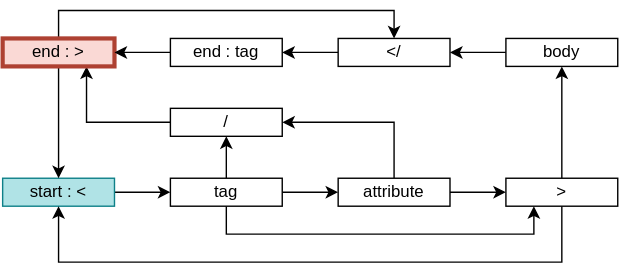
Earlier version of the draw.io export xml-DFA-UML.svg (kanthonye/my-projects). Source tidied: cells renumbered, new cells last; positions are measured from the earlier drawing's top-left corner, leaving out a move shared by most shapes.
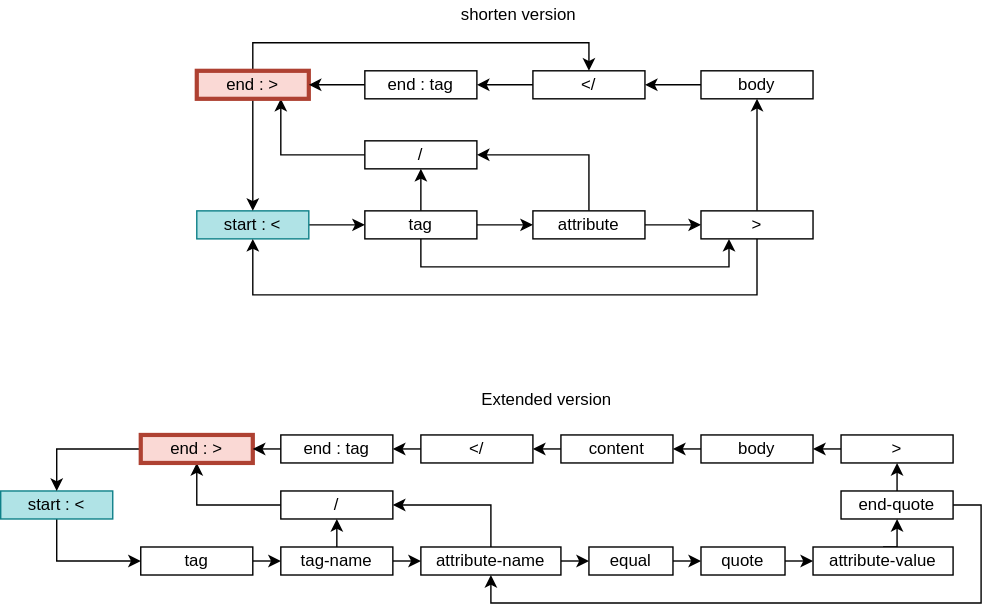
After the commit.

Change to the diagram source:
```diff
@@ -76,5 +76,110 @@
     <mxCell id="24" value="end : tag" style="rounded=0;whiteSpace=wrap;html=1;" parent="1" vertex="1">
       <mxGeometry x="120" width="80" height="20" as="geometry" />
     </mxCell>
+    <mxCell id="25" style="edgeStyle=orthogonalEdgeStyle;rounded=0;jettySize=auto;html=1;exitX=1;exitY=0.5;exitDx=0;exitDy=0;entryX=0;entryY=0.5;entryDx=0;entryDy=0;startArrow=none;startFill=0;" parent="1" edge="1" source="27" target="29">
+      <mxGeometry relative="1" as="geometry" />
+    </mxCell>
+    <mxCell id="26" style="edgeStyle=orthogonalEdgeStyle;rounded=0;jettySize=auto;html=1;exitX=0.5;exitY=0;exitDx=0;exitDy=0;entryX=1;entryY=0.5;entryDx=0;entryDy=0;startArrow=none;startFill=0;" parent="1" edge="1" source="27" target="44">
+      <mxGeometry relative="1" as="geometry" />
+    </mxCell>
+    <mxCell id="27" value="attribute-name" style="rounded=0;whiteSpace=wrap;html=1;" parent="1" vertex="1">
+      <mxGeometry x="160" y="340" width="100" height="20" as="geometry" />
+    </mxCell>
+    <mxCell id="28" style="edgeStyle=orthogonalEdgeStyle;rounded=0;jettySize=auto;html=1;exitX=1;exitY=0.5;exitDx=0;exitDy=0;entryX=0;entryY=0.5;entryDx=0;entryDy=0;startArrow=none;startFill=0;" parent="1" edge="1" source="29" target="31">
+      <mxGeometry relative="1" as="geometry" />
+    </mxCell>
+    <mxCell id="29" value="equal" style="rounded=0;whiteSpace=wrap;html=1;" parent="1" vertex="1">
+      <mxGeometry x="280" y="340" width="60" height="20" as="geometry" />
+    </mxCell>
+    <mxCell id="30" style="edgeStyle=orthogonalEdgeStyle;rounded=0;jettySize=auto;html=1;exitX=1;exitY=0.5;exitDx=0;exitDy=0;entryX=0;entryY=0.5;entryDx=0;entryDy=0;startArrow=none;startFill=0;" parent="1" edge="1" source="31" target="36">
+      <mxGeometry relative="1" as="geometry" />
+    </mxCell>
+    <mxCell id="31" value="quote" style="rounded=0;whiteSpace=wrap;html=1;" parent="1" vertex="1">
+      <mxGeometry x="360" y="340" width="60" height="20" as="geometry" />
+    </mxCell>
+    <mxCell id="32" style="edgeStyle=orthogonalEdgeStyle;rounded=0;jettySize=auto;html=1;exitX=1;exitY=0.5;exitDx=0;exitDy=0;entryX=0.5;entryY=1;entryDx=0;entryDy=0;startArrow=none;startFill=0;" parent="1" edge="1" source="34" target="27">
+      <mxGeometry relative="1" as="geometry" />
+    </mxCell>
+    <mxCell id="33" style="edgeStyle=orthogonalEdgeStyle;rounded=0;jettySize=auto;html=1;exitX=0.5;exitY=0;exitDx=0;exitDy=0;entryX=0.5;entryY=1;entryDx=0;entryDy=0;startArrow=none;startFill=0;" parent="1" edge="1" source="34" target="38">
+      <mxGeometry relative="1" as="geometry" />
+    </mxCell>
+    <mxCell id="34" value="end-quote" style="rounded=0;whiteSpace=wrap;html=1;" parent="1" vertex="1">
+      <mxGeometry x="460" y="300" width="80" height="20" as="geometry" />
+    </mxCell>
+    <mxCell id="35" style="edgeStyle=orthogonalEdgeStyle;rounded=0;jettySize=auto;html=1;exitX=0.5;exitY=0;exitDx=0;exitDy=0;entryX=0.5;entryY=1;entryDx=0;entryDy=0;startArrow=none;startFill=0;" parent="1" edge="1" source="36" target="34">
+      <mxGeometry relative="1" as="geometry" />
+    </mxCell>
+    <mxCell id="36" value="attribute-value" style="rounded=0;whiteSpace=wrap;html=1;" parent="1" vertex="1">
+      <mxGeometry x="440" y="340" width="100" height="20" as="geometry" />
+    </mxCell>
+    <mxCell id="37" style="edgeStyle=orthogonalEdgeStyle;rounded=0;jettySize=auto;html=1;exitX=0;exitY=0.5;exitDx=0;exitDy=0;entryX=1;entryY=0.5;entryDx=0;entryDy=0;startArrow=none;startFill=0;" parent="1" edge="1" source="38" target="54">
+      <mxGeometry relative="1" as="geometry" />
+    </mxCell>
+    <mxCell id="38" value="&amp;gt;" style="rounded=0;whiteSpace=wrap;html=1;" parent="1" vertex="1">
+      <mxGeometry x="460" y="260" width="80" height="20" as="geometry" />
+    </mxCell>
+    <mxCell id="39" style="edgeStyle=orthogonalEdgeStyle;rounded=0;jettySize=auto;html=1;exitX=1;exitY=0.5;exitDx=0;exitDy=0;entryX=0;entryY=0.5;entryDx=0;entryDy=0;startArrow=none;startFill=0;" parent="1" edge="1" source="40" target="57">
+      <mxGeometry relative="1" as="geometry" />
+    </mxCell>
+    <mxCell id="40" value="tag" style="rounded=0;whiteSpace=wrap;html=1;" parent="1" vertex="1">
+      <mxGeometry x="-40" y="340" width="80" height="20" as="geometry" />
+    </mxCell>
+    <mxCell id="41" style="edgeStyle=orthogonalEdgeStyle;rounded=0;jettySize=auto;html=1;exitX=0.5;exitY=1;exitDx=0;exitDy=0;entryX=0;entryY=0.5;entryDx=0;entryDy=0;startArrow=none;startFill=0;" parent="1" edge="1" source="42" target="40">
+      <mxGeometry relative="1" as="geometry" />
+    </mxCell>
+    <mxCell id="42" value="start : &amp;lt;" style="rounded=0;whiteSpace=wrap;html=1;fillColor=#b0e3e6;strokeColor=#0e8088;" parent="1" vertex="1">
+      <mxGeometry x="-140" y="300" width="80" height="20" as="geometry" />
+    </mxCell>
+    <mxCell id="43" style="edgeStyle=orthogonalEdgeStyle;rounded=0;jettySize=auto;html=1;exitX=0;exitY=0.5;exitDx=0;exitDy=0;entryX=0.5;entryY=1;entryDx=0;entryDy=0;startArrow=none;startFill=0;" parent="1" edge="1" source="44" target="46">
+      <mxGeometry relative="1" as="geometry" />
+    </mxCell>
+    <mxCell id="44" value="/" style="rounded=0;whiteSpace=wrap;html=1;" parent="1" vertex="1">
+      <mxGeometry x="60" y="300" width="80" height="20" as="geometry" />
+    </mxCell>
+    <mxCell id="45" style="edgeStyle=orthogonalEdgeStyle;rounded=0;jettySize=auto;html=1;exitX=0;exitY=0.5;exitDx=0;exitDy=0;entryX=0.5;entryY=0;entryDx=0;entryDy=0;startArrow=none;startFill=0;" parent="1" edge="1" source="46" target="42">
+      <mxGeometry relative="1" as="geometry" />
+    </mxCell>
+    <mxCell id="46" value="end : &amp;gt;" style="rounded=0;whiteSpace=wrap;html=1;fillColor=#fad9d5;strokeColor=#ae4132;sketch=0;strokeWidth=3;" parent="1" vertex="1">
+      <mxGeometry x="-40" y="260" width="80" height="20" as="geometry" />
+    </mxCell>
+    <mxCell id="47" style="edgeStyle=orthogonalEdgeStyle;rounded=0;jettySize=auto;html=1;exitX=0;exitY=0.5;exitDx=0;exitDy=0;entryX=1;entryY=0.5;entryDx=0;entryDy=0;startArrow=none;startFill=0;" parent="1" edge="1" source="48" target="50">
+      <mxGeometry relative="1" as="geometry" />
+    </mxCell>
+    <mxCell id="48" value="content" style="rounded=0;whiteSpace=wrap;html=1;" parent="1" vertex="1">
+      <mxGeometry x="260" y="260" width="80" height="20" as="geometry" />
+    </mxCell>
+    <mxCell id="49" style="edgeStyle=orthogonalEdgeStyle;rounded=0;jettySize=auto;html=1;exitX=0;exitY=0.5;exitDx=0;exitDy=0;entryX=1;entryY=0.5;entryDx=0;entryDy=0;startArrow=none;startFill=0;" parent="1" edge="1" source="50" target="52">
+      <mxGeometry relative="1" as="geometry" />
+    </mxCell>
+    <mxCell id="50" value="&amp;lt;/" style="rounded=0;whiteSpace=wrap;html=1;" parent="1" vertex="1">
+      <mxGeometry x="160" y="260" width="80" height="20" as="geometry" />
+    </mxCell>
+    <mxCell id="51" style="edgeStyle=orthogonalEdgeStyle;rounded=0;jettySize=auto;html=1;exitX=0;exitY=0.5;exitDx=0;exitDy=0;entryX=1;entryY=0.5;entryDx=0;entryDy=0;startArrow=none;startFill=0;" parent="1" edge="1" source="52" target="46">
+      <mxGeometry relative="1" as="geometry" />
+    </mxCell>
+    <mxCell id="52" value="end : tag" style="rounded=0;whiteSpace=wrap;html=1;" parent="1" vertex="1">
+      <mxGeometry x="60" y="260" width="80" height="20" as="geometry" />
+    </mxCell>
+    <mxCell id="53" style="edgeStyle=orthogonalEdgeStyle;rounded=0;jettySize=auto;html=1;exitX=0;exitY=0.5;exitDx=0;exitDy=0;entryX=1;entryY=0.5;entryDx=0;entryDy=0;startArrow=none;startFill=0;" parent="1" edge="1" source="54" target="48">
+      <mxGeometry relative="1" as="geometry" />
+    </mxCell>
+    <mxCell id="54" value="body" style="rounded=0;whiteSpace=wrap;html=1;" parent="1" vertex="1">
+      <mxGeometry x="360" y="260" width="80" height="20" as="geometry" />
+    </mxCell>
+    <mxCell id="55" style="edgeStyle=orthogonalEdgeStyle;rounded=0;jettySize=auto;html=1;exitX=1;exitY=0.5;exitDx=0;exitDy=0;entryX=0;entryY=0.5;entryDx=0;entryDy=0;startArrow=none;startFill=0;" parent="1" edge="1" source="57" target="27">
+      <mxGeometry relative="1" as="geometry" />
+    </mxCell>
+    <mxCell id="56" style="edgeStyle=orthogonalEdgeStyle;rounded=0;jettySize=auto;html=1;exitX=0.5;exitY=0;exitDx=0;exitDy=0;entryX=0.5;entryY=1;entryDx=0;entryDy=0;startArrow=none;startFill=0;" parent="1" edge="1" source="57" target="44">
+      <mxGeometry relative="1" as="geometry" />
+    </mxCell>
+    <mxCell id="57" value="tag-name" style="rounded=0;whiteSpace=wrap;html=1;" parent="1" vertex="1">
+      <mxGeometry x="60" y="340" width="80" height="20" as="geometry" />
+    </mxCell>
+    <mxCell id="58" value="Extended version" style="text;html=1;strokeColor=none;fillColor=none;align=center;verticalAlign=middle;whiteSpace=wrap;rounded=0;sketch=0;" parent="1" vertex="1">
+      <mxGeometry x="185" y="225" width="130" height="20" as="geometry" />
+    </mxCell>
+    <mxCell id="59" value="shorten version" style="text;html=1;strokeColor=none;fillColor=none;align=center;verticalAlign=middle;whiteSpace=wrap;rounded=0;sketch=0;" parent="1" vertex="1">
+      <mxGeometry x="165" y="-50" width="130" height="20" as="geometry" />
+    </mxCell>
   </root>
 </mxGraphModel>
```
